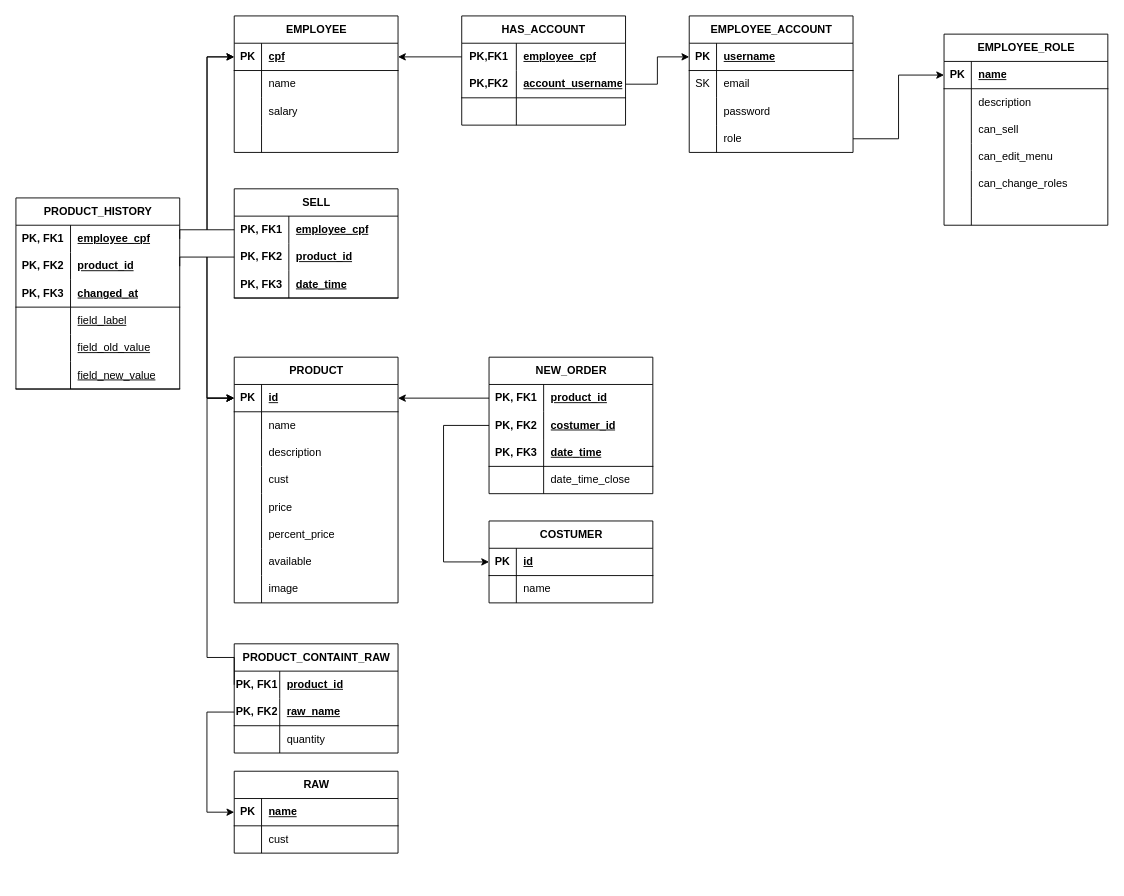
ikuyorih9/HisamiDoceria keeps this draw.io diagram as page "Diagrama REL" (2 of 2) of database/database.drawio. Above is the earlier version. Source tidied: cells renumbered, new cells numbered last; positions are measured from the earlier drawing's top-left corner, leaving out a move shared by most shapes. Both pictures are drawn from the tidied source at 91%, with x=0, y=0 at pixel (15, 15).
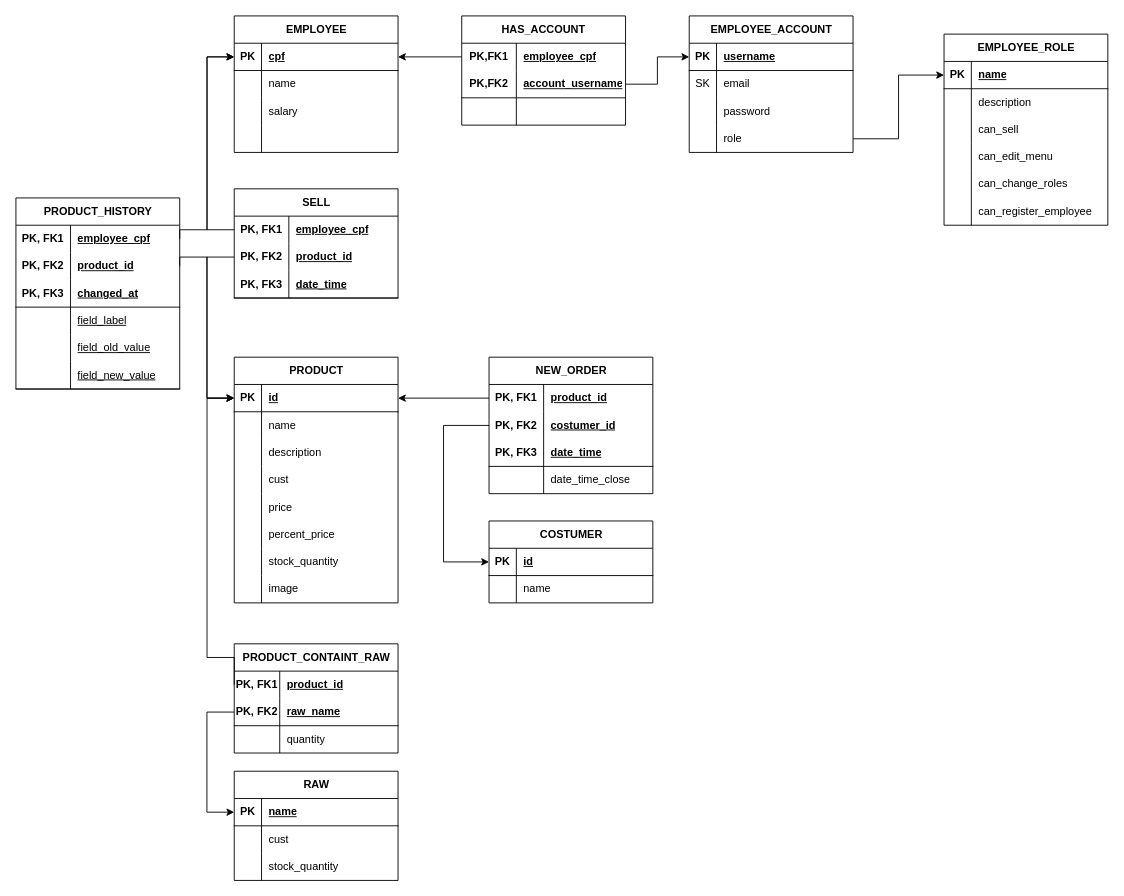
After the change.

Commit message (it also covers changes not shown here):
add stock columns on database

Unchanged cells that the change refers to:
```xml
<mxCell id="31" style="shape=tableRow;horizontal=0;startSize=0;swimlaneHead=0;swimlaneBody=0;fillColor=none;top=0;left=0;right=0;bottom=0;" parent="15" vertex="1">
  <mxGeometry y="180" width="180" height="30" as="geometry" />
</mxCell>
<mxCell id="79" style="shape=tableRow;horizontal=0;startSize=0;swimlaneHead=0;swimlaneBody=0;fillColor=none;top=0;left=0;right=0;bottom=0;" parent="60" vertex="1">
  <mxGeometry y="210" width="180" height="30" as="geometry" />
</mxCell>
```

Change to the diagram source:
```diff
@@
-    <mxCell id="33" style="shape=partialRectangle;fillColor=none;top=0;left=0;bottom=0;right=0;align=left;spacingLeft=6;overflow=hidden;whiteSpace=wrap;html=1;" parent="31" vertex="1">
+    <mxCell id="33" value="can_register_employee" style="shape=partialRectangle;fillColor=none;top=0;left=0;bottom=0;right=0;align=left;spacingLeft=6;overflow=hidden;whiteSpace=wrap;html=1;" parent="31" vertex="1">
       <mxGeometry x="30" width="150" height="30" as="geometry" />
     </mxCell>
@@
-    <mxCell id="81" value="available" style="shape=partialRectangle;fillColor=none;top=0;left=0;bottom=0;right=0;align=left;spacingLeft=6;overflow=hidden;whiteSpace=wrap;html=1;" parent="79" vertex="1">
+    <mxCell id="81" value="stock_quantity" style="shape=partialRectangle;fillColor=none;top=0;left=0;bottom=0;right=0;align=left;spacingLeft=6;overflow=hidden;whiteSpace=wrap;html=1;" parent="79" vertex="1">
       <mxGeometry x="30" width="150" height="30" as="geometry" />
     </mxCell>
@@
     <mxCell id="85" value="RAW" style="shape=table;startSize=30;childLayout=tableLayout;rowLines=0;fontStyle=1;align=center;html=1;" parent="1" vertex="1">
-      <mxGeometry x="239.9" y="830" width="180" height="90" as="geometry" />
+      <mxGeometry x="239.9" y="830" width="180" height="120" as="geometry" />
     </mxCell>
@@
+    <mxCell id="159" style="shape=tableRow;horizontal=0;startSize=0;swimlaneHead=0;swimlaneBody=0;fillColor=none;top=0;left=0;right=0;bottom=0;" parent="85" vertex="1">
+      <mxGeometry y="90" width="180" height="30" as="geometry" />
+    </mxCell>
+    <mxCell id="160" style="shape=partialRectangle;fillColor=none;top=0;left=0;bottom=0;right=0;overflow=hidden;whiteSpace=wrap;html=1;" parent="159" vertex="1">
+      <mxGeometry width="30" height="30" as="geometry" />
+    </mxCell>
+    <mxCell id="161" value="stock_quantity" style="shape=partialRectangle;fillColor=none;top=0;left=0;bottom=0;right=0;align=left;spacingLeft=6;overflow=hidden;whiteSpace=wrap;html=1;" parent="159" vertex="1">
+      <mxGeometry x="30" width="150" height="30" as="geometry" />
+    </mxCell>
```
